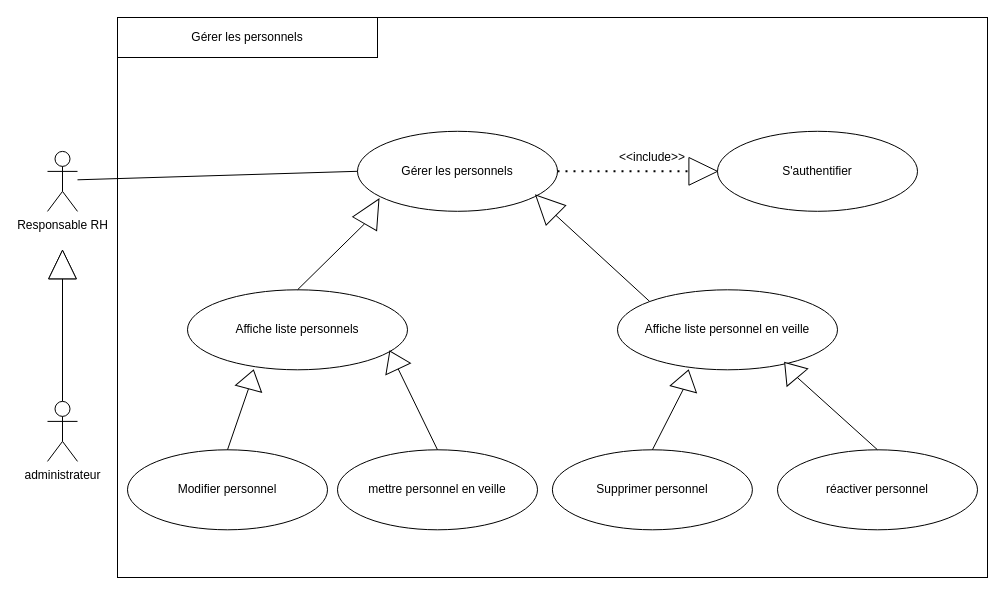
AbdelazizBs/GPAO-SpringApp keeps this draw.io diagram as cuGéreRessourcesHumaine.drawio. Above is the earlier version. Source tidied: cells renumbered, new cells numbered last; positions are measured from the earlier drawing's top-left corner, leaving out a move shared by most shapes. Both pictures are drawn from the tidied source at 100%, with x=0, y=0 at pixel (47, 17).
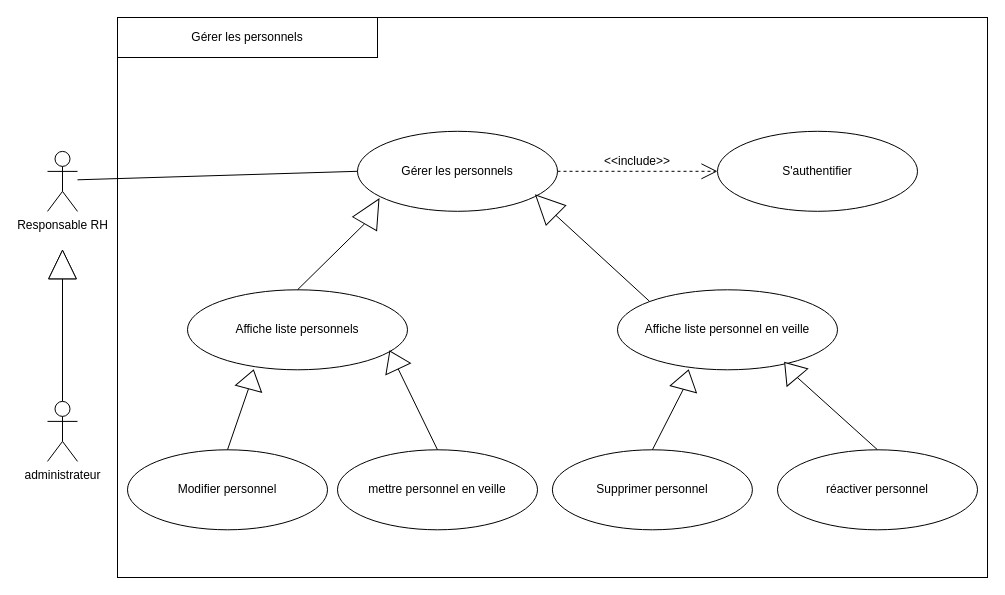
Above is the later version.

Commit message:
Mettre à jour cuGéreRessourcesHumaine.drawio

Unchanged cells that the change refers to:
```xml
<mxCell id="5" value="Gérer les personnels" style="ellipse;whiteSpace=wrap;html=1;" parent="1" vertex="1">
  <mxGeometry x="310" y="113.8" width="200" height="80" as="geometry" />
</mxCell>
<mxCell id="7" value="S'authentifier" style="ellipse;whiteSpace=wrap;html=1;" parent="1" vertex="1">
  <mxGeometry x="670" y="113.8" width="200" height="80" as="geometry" />
</mxCell>
```

The edit, as a diff of the source:
```diff
@@
+    <mxCell id="33" style="edgeStyle=orthogonalEdgeStyle;rounded=0;jettySize=auto;html=1;endArrow=open;endFill=0;dashed=1;strokeWidth=1;endSize=14;" parent="1" edge="1" source="5" target="7">
+      <mxGeometry relative="1" as="geometry" />
+    </mxCell>
@@
-    <mxCell id="14" style="endArrow=none;dashed=1;html=1;dashPattern=1 3;strokeWidth=2;rounded=0;exitX=1;exitY=0.5;exitDx=0;exitDy=0;entryX=0;entryY=0.5;entryDx=0;entryDy=0;" parent="1" edge="1" source="5" target="15">
-      <mxGeometry relative="1" as="geometry" />
-    </mxCell>
-    <mxCell id="15" style="triangle;whiteSpace=wrap;html=1;rotation=0;" parent="1" vertex="1">
-      <mxGeometry x="641.4" y="140" width="28.6" height="27.7" as="geometry" />
-    </mxCell>
     <mxCell id="16" value="&amp;lt;&amp;lt;include&amp;gt;&amp;gt;" style="text;html=1;strokeColor=none;fillColor=none;align=center;verticalAlign=middle;whiteSpace=wrap;rounded=0;" parent="1" vertex="1">
-      <mxGeometry x="584.9" y="130" width="40" height="20" as="geometry" />
+      <mxGeometry x="570" y="133.9" width="40" height="20" as="geometry" />
     </mxCell>
```
